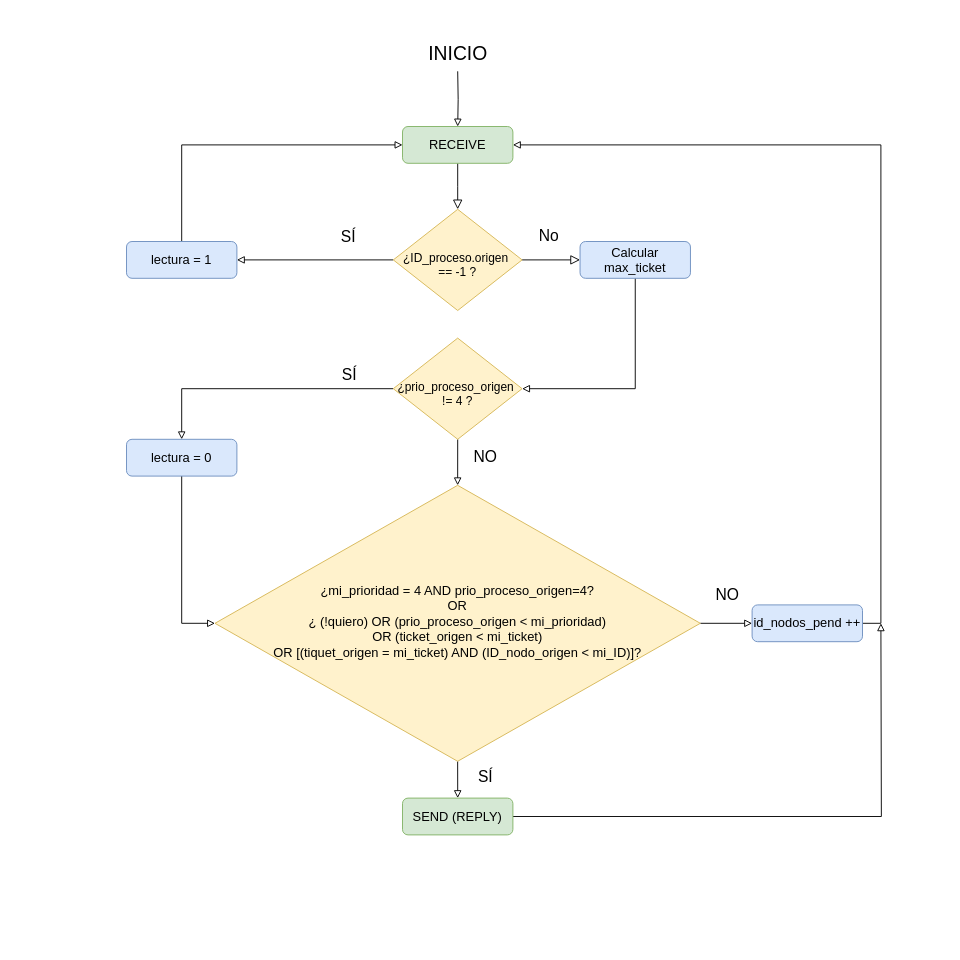
This is receptor.drawio from javijnb/LPRO_diagrams, a draw.io file, before an edit. Source tidied: cells renumbered, new cells numbered last; positions are measured from the earlier drawing's top-left corner, leaving out a move shared by most shapes. Both pictures are drawn from the tidied source at 92%, with x=0, y=0 at pixel (16, 16).
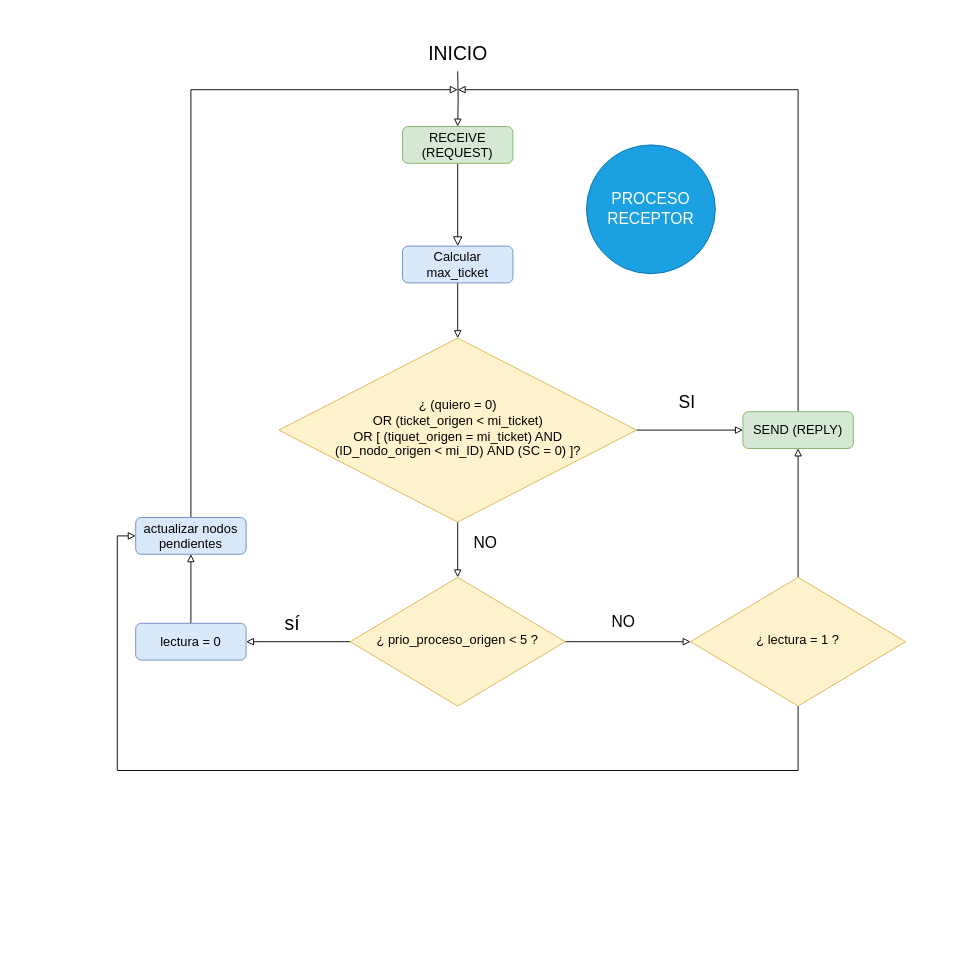
Above is the later version.

The edit, as a diff of the source:
```diff
@@
-    <mxCell id="3" style="rounded=0;html=1;jettySize=auto;fontSize=11;endArrow=block;endFill=0;endSize=8;strokeWidth=1;shadow=0;labelBackgroundColor=none;edgeStyle=orthogonalEdgeStyle;" parent="1" edge="1" source="4">
-      <mxGeometry relative="1" as="geometry">
-        <mxPoint x="480" y="210" as="targetPoint" />
-      </mxGeometry>
+    <mxCell id="3" style="rounded=0;html=1;jettySize=auto;fontSize=11;endArrow=block;endFill=0;endSize=8;strokeWidth=1;shadow=0;labelBackgroundColor=none;edgeStyle=orthogonalEdgeStyle;entryX=0.5;entryY=0;entryDx=0;entryDy=0;" parent="1" edge="1" source="4" target="10">
+      <mxGeometry relative="1" as="geometry" />
     </mxCell>
-    <mxCell id="4" value="RECEIVE" style="rounded=1;whiteSpace=wrap;html=1;fontSize=14;glass=0;strokeWidth=1;shadow=0;fillColor=#d5e8d4;strokeColor=#82b366;" parent="1" vertex="1">
+    <mxCell id="4" value="RECEIVE (REQUEST)" style="rounded=1;whiteSpace=wrap;html=1;fontSize=14;glass=0;strokeWidth=1;shadow=0;fillColor=#d5e8d4;strokeColor=#82b366;" parent="1" vertex="1">
       <mxGeometry x="420" y="120" width="120" height="40" as="geometry" />
     </mxCell>
-    <mxCell id="5" value="No" style="rounded=0;html=1;jettySize=auto;fontSize=17;endArrow=block;endFill=0;endSize=8;strokeWidth=1;shadow=0;labelBackgroundColor=none;edgeStyle=orthogonalEdgeStyle;" parent="1" edge="1" source="8" target="10">
-      <mxGeometry x="-0.05" y="25" relative="1" as="geometry">
-        <mxPoint x="-1" as="offset" />
-      </mxGeometry>
-    </mxCell>
-    <mxCell id="6" style="edgeStyle=orthogonalEdgeStyle;rounded=0;jettySize=auto;html=1;exitX=0;exitY=0.5;exitDx=0;exitDy=0;entryX=1;entryY=0.5;entryDx=0;entryDy=0;endArrow=block;endFill=0;" parent="1" edge="1" source="8" target="13">
-      <mxGeometry relative="1" as="geometry" />
-    </mxCell>
-    <mxCell id="7" value="SÍ" style="edgeLabel;html=1;align=center;verticalAlign=middle;fontSize=17;" parent="6" vertex="1">
-      <mxGeometry x="0.32" y="-1" relative="1" as="geometry">
-        <mxPoint x="62" y="-24" as="offset" />
-      </mxGeometry>
-    </mxCell>
-    <mxCell id="8" value="&amp;nbsp;&lt;br style=&quot;font-size: 13px;&quot;&gt;¿ID_proceso.origen&amp;nbsp;&lt;br style=&quot;font-size: 13px;&quot;&gt;== -1 ?" style="rhombus;whiteSpace=wrap;html=1;shadow=0;fontFamily=Helvetica;fontSize=13;align=center;strokeWidth=1;spacing=6;spacingTop=-4;fillColor=#fff2cc;strokeColor=#d6b656;" parent="1" vertex="1">
-      <mxGeometry x="410" y="210" width="140" height="110" as="geometry" />
-    </mxCell>
-    <mxCell id="9" style="edgeStyle=orthogonalEdgeStyle;rounded=0;jettySize=auto;html=1;exitX=0.5;exitY=1;exitDx=0;exitDy=0;entryX=1;entryY=0.5;entryDx=0;entryDy=0;endArrow=block;endFill=0;" parent="1" edge="1" source="10" target="17">
+    <mxCell id="9" style="edgeStyle=orthogonalEdgeStyle;rounded=0;jettySize=auto;html=1;exitX=0.5;exitY=1;exitDx=0;exitDy=0;entryX=0.5;entryY=0;entryDx=0;entryDy=0;endArrow=block;endFill=0;" parent="1" edge="1" source="10" target="17">
       <mxGeometry relative="1" as="geometry" />
     </mxCell>
     <mxCell id="10" value="Calcular max_ticket" style="rounded=1;whiteSpace=wrap;html=1;fontSize=14;glass=0;strokeWidth=1;shadow=0;fillColor=#dae8fc;strokeColor=#6c8ebf;" parent="1" vertex="1">
-      <mxGeometry x="613" y="245" width="120" height="40" as="geometry" />
+      <mxGeometry x="420" y="250" width="120" height="40" as="geometry" />
     </mxCell>
@@
-    <mxCell id="12" style="edgeStyle=orthogonalEdgeStyle;rounded=0;jettySize=auto;html=1;exitX=0.5;exitY=0;exitDx=0;exitDy=0;entryX=0;entryY=0.5;entryDx=0;entryDy=0;endArrow=block;endFill=0;" parent="1" edge="1" source="13" target="4">
-      <mxGeometry relative="1" as="geometry" />
-    </mxCell>
-    <mxCell id="13" value="lectura = 1" style="rounded=1;whiteSpace=wrap;html=1;fontSize=14;glass=0;strokeWidth=1;shadow=0;fillColor=#dae8fc;strokeColor=#6c8ebf;" parent="1" vertex="1">
-      <mxGeometry x="120" y="245" width="120" height="40" as="geometry" />
-    </mxCell>
-    <mxCell id="14" style="edgeStyle=orthogonalEdgeStyle;rounded=0;jettySize=auto;html=1;exitX=0;exitY=0.5;exitDx=0;exitDy=0;entryX=0.5;entryY=0;entryDx=0;entryDy=0;endArrow=block;endFill=0;" parent="1" edge="1" source="17" target="22">
-      <mxGeometry relative="1" as="geometry" />
-    </mxCell>
-    <mxCell id="15" value="SÍ" style="edgeLabel;html=1;align=center;verticalAlign=middle;fontSize=17;" parent="14" vertex="1">
-      <mxGeometry x="-0.04" y="1" relative="1" as="geometry">
-        <mxPoint x="88" y="-16" as="offset" />
-      </mxGeometry>
-    </mxCell>
@@
+    <mxCell id="27" value="SI" style="edgeStyle=orthogonalEdgeStyle;rounded=0;jettySize=auto;html=1;exitX=1;exitY=0.5;exitDx=0;exitDy=0;entryX=0;entryY=0.5;entryDx=0;entryDy=0;endArrow=block;endFill=0;fontSize=19;" parent="1" edge="1" source="17" target="26">
+      <mxGeometry x="-0.04" y="30" relative="1" as="geometry" />
+    </mxCell>
-    <mxCell id="17" value="&amp;nbsp;&lt;br style=&quot;font-size: 13px;&quot;&gt;¿prio_proceso_origen&amp;nbsp;&lt;br style=&quot;font-size: 13px;&quot;&gt;!= 4 ?" style="rhombus;whiteSpace=wrap;html=1;shadow=0;fontFamily=Helvetica;fontSize=13;align=center;strokeWidth=1;spacing=6;spacingTop=-4;fillColor=#fff2cc;strokeColor=#d6b656;" parent="1" vertex="1">
-      <mxGeometry x="410" y="350" width="140" height="110" as="geometry" />
+    <mxCell id="17" value="&lt;span style=&quot;font-size: 14px&quot;&gt;¿ (quiero = 0)&lt;/span&gt;&lt;br style=&quot;font-size: 14px&quot;&gt;&lt;span style=&quot;font-size: 14px&quot;&gt;OR (ticket_origen &amp;lt; mi_ticket)&lt;/span&gt;&lt;br style=&quot;font-size: 14px&quot;&gt;&lt;span style=&quot;font-size: 14px&quot;&gt;OR [ (tiquet_origen = mi_ticket) AND &lt;br&gt;(ID_nodo_origen &amp;lt; mi_ID)&amp;nbsp;&lt;/span&gt;&lt;span style=&quot;font-size: 14px&quot;&gt;AND (SC = 0)&amp;nbsp;&lt;/span&gt;&lt;span style=&quot;font-size: 14px&quot;&gt;]?&lt;/span&gt;" style="rhombus;whiteSpace=wrap;html=1;shadow=0;fontFamily=Helvetica;fontSize=13;align=center;strokeWidth=1;spacing=6;spacingTop=-4;fillColor=#fff2cc;strokeColor=#d6b656;" parent="1" vertex="1">
+      <mxGeometry x="285.6" y="350" width="388.8" height="200" as="geometry" />
     </mxCell>
-    <mxCell id="18" value="SÍ" style="edgeStyle=orthogonalEdgeStyle;rounded=0;jettySize=auto;html=1;exitX=0.5;exitY=1;exitDx=0;exitDy=0;entryX=0.5;entryY=0;entryDx=0;entryDy=0;endArrow=block;endFill=0;fontSize=17;" parent="1" edge="1" source="20" target="26">
-      <mxGeometry x="-0.11" y="30" relative="1" as="geometry" />
-    </mxCell>
+    <mxCell id="28" value="sí" style="edgeStyle=orthogonalEdgeStyle;rounded=0;jettySize=auto;html=1;entryX=1;entryY=0.5;entryDx=0;entryDy=0;endArrow=block;endFill=0;strokeWidth=1;fontSize=21;" parent="1" edge="1" source="20" target="22">
+      <mxGeometry x="0.12" y="-20" relative="1" as="geometry" />
+    </mxCell>
-    <mxCell id="19" value="NO" style="edgeStyle=orthogonalEdgeStyle;rounded=0;jettySize=auto;html=1;exitX=1;exitY=0.5;exitDx=0;exitDy=0;entryX=0;entryY=0.5;entryDx=0;entryDy=0;endArrow=block;endFill=0;fontSize=17;" parent="1" edge="1" source="20" target="24">
-      <mxGeometry x="0.04" y="30" relative="1" as="geometry" />
+    <mxCell id="19" value="NO" style="edgeStyle=orthogonalEdgeStyle;rounded=0;jettySize=auto;html=1;exitX=1;exitY=0.5;exitDx=0;exitDy=0;entryX=0;entryY=0.5;entryDx=0;entryDy=0;fontSize=17;endArrow=block;endFill=0;strokeWidth=1;" parent="1" edge="1" source="20" target="34">
+      <mxGeometry x="-0.07" y="20" relative="1" as="geometry" />
     </mxCell>
-    <mxCell id="20" value="¿mi_prioridad = 4 AND prio_proceso_origen=4?&lt;br style=&quot;font-size: 14px;&quot;&gt;OR&lt;br style=&quot;font-size: 14px;&quot;&gt;¿ (!quiero) OR (prio_proceso_origen &amp;lt; mi_prioridad)&lt;br style=&quot;font-size: 14px;&quot;&gt;OR (ticket_origen &amp;lt; mi_ticket)&lt;br style=&quot;font-size: 14px;&quot;&gt;OR [(tiquet_origen = mi_ticket) AND (ID_nodo_origen &amp;lt; mi_ID)]?" style="rhombus;whiteSpace=wrap;html=1;shadow=0;fontFamily=Helvetica;fontSize=14;align=center;strokeWidth=1;spacing=6;spacingTop=-4;fillColor=#fff2cc;strokeColor=#d6b656;" parent="1" vertex="1">
-      <mxGeometry x="216.2" y="510" width="527.5" height="300" as="geometry" />
+    <mxCell id="20" value="¿ prio_proceso_origen &amp;lt; 5 ?" style="rhombus;whiteSpace=wrap;html=1;shadow=0;fontFamily=Helvetica;fontSize=14;align=center;strokeWidth=1;spacing=6;spacingTop=-4;fillColor=#fff2cc;strokeColor=#d6b656;" parent="1" vertex="1">
+      <mxGeometry x="363.1" y="610" width="233.8" height="140" as="geometry" />
     </mxCell>
-    <mxCell id="21" style="edgeStyle=orthogonalEdgeStyle;rounded=0;jettySize=auto;html=1;exitX=0.5;exitY=1;exitDx=0;exitDy=0;entryX=0;entryY=0.5;entryDx=0;entryDy=0;endArrow=block;endFill=0;" parent="1" edge="1" source="22" target="20">
-      <mxGeometry relative="1" as="geometry" />
-    </mxCell>
+    <mxCell id="29" style="edgeStyle=orthogonalEdgeStyle;rounded=0;jettySize=auto;html=1;exitX=0.5;exitY=0;exitDx=0;exitDy=0;endArrow=block;endFill=0;" parent="1" edge="1" source="24">
+      <mxGeometry relative="1" as="geometry">
+        <mxPoint x="480" y="80" as="targetPoint" />
+        <Array as="points">
+          <mxPoint x="190" y="80" />
+        </Array>
+      </mxGeometry>
+    </mxCell>
+    <mxCell id="24" value="actualizar nodos pendientes" style="rounded=1;whiteSpace=wrap;html=1;fontSize=14;glass=0;strokeWidth=1;shadow=0;fillColor=#dae8fc;strokeColor=#6c8ebf;" parent="1" vertex="1">
+      <mxGeometry x="130" y="545" width="120" height="40" as="geometry" />
+    </mxCell>
+    <mxCell id="30" style="edgeStyle=orthogonalEdgeStyle;rounded=0;jettySize=auto;html=1;exitX=0.5;exitY=0;exitDx=0;exitDy=0;endArrow=block;endFill=0;" parent="1" edge="1" source="26">
+      <mxGeometry relative="1" as="geometry">
+        <mxPoint x="480" y="80" as="targetPoint" />
+        <Array as="points">
+          <mxPoint x="850" y="80" />
+        </Array>
+      </mxGeometry>
+    </mxCell>
+    <mxCell id="26" value="SEND (REPLY)" style="rounded=1;whiteSpace=wrap;html=1;fontSize=14;glass=0;strokeWidth=1;shadow=0;fillColor=#d5e8d4;strokeColor=#82b366;" parent="1" vertex="1">
+      <mxGeometry x="790" y="430" width="120" height="40" as="geometry" />
+    </mxCell>
+    <mxCell id="31" style="edgeStyle=orthogonalEdgeStyle;rounded=0;jettySize=auto;html=1;exitX=0.5;exitY=0;exitDx=0;exitDy=0;entryX=0.5;entryY=1;entryDx=0;entryDy=0;fontSize=19;endArrow=block;endFill=0;strokeWidth=1;" parent="1" edge="1" source="22" target="24">
+      <mxGeometry relative="1" as="geometry" />
+    </mxCell>
     <mxCell id="22" value="lectura = 0" style="rounded=1;whiteSpace=wrap;html=1;fontSize=14;glass=0;strokeWidth=1;shadow=0;fillColor=#dae8fc;strokeColor=#6c8ebf;" parent="1" vertex="1">
-      <mxGeometry x="120" y="460" width="120" height="40" as="geometry" />
+      <mxGeometry x="130" y="660" width="120" height="40" as="geometry" />
     </mxCell>
-    <mxCell id="23" style="edgeStyle=orthogonalEdgeStyle;rounded=0;jettySize=auto;html=1;exitX=1;exitY=0.5;exitDx=0;exitDy=0;entryX=1;entryY=0.5;entryDx=0;entryDy=0;endArrow=block;endFill=0;" parent="1" edge="1" source="24" target="4">
-      <mxGeometry relative="1" as="geometry" />
-    </mxCell>
-    <mxCell id="24" value="id_nodos_pend ++" style="rounded=1;whiteSpace=wrap;html=1;fontSize=14;glass=0;strokeWidth=1;shadow=0;fillColor=#dae8fc;strokeColor=#6c8ebf;" parent="1" vertex="1">
-      <mxGeometry x="800" y="640" width="120" height="40" as="geometry" />
-    </mxCell>
-    <mxCell id="25" style="edgeStyle=orthogonalEdgeStyle;rounded=0;jettySize=auto;html=1;exitX=1;exitY=0.5;exitDx=0;exitDy=0;fontSize=14;endArrow=block;endFill=0;" parent="1" edge="1" source="26">
-      <mxGeometry relative="1" as="geometry">
-        <mxPoint x="940" y="660" as="targetPoint" />
-      </mxGeometry>
-    </mxCell>
-    <mxCell id="26" value="SEND (REPLY)" style="rounded=1;whiteSpace=wrap;html=1;fontSize=14;glass=0;strokeWidth=1;shadow=0;fillColor=#d5e8d4;strokeColor=#82b366;" parent="1" vertex="1">
-      <mxGeometry x="420" y="850" width="120" height="40" as="geometry" />
-    </mxCell>
+    <mxCell id="32" style="edgeStyle=orthogonalEdgeStyle;rounded=0;jettySize=auto;html=1;exitX=0.5;exitY=0;exitDx=0;exitDy=0;entryX=0.5;entryY=1;entryDx=0;entryDy=0;fontSize=19;endArrow=block;endFill=0;strokeWidth=1;" parent="1" edge="1" source="34" target="26">
+      <mxGeometry relative="1" as="geometry" />
+    </mxCell>
+    <mxCell id="33" style="edgeStyle=orthogonalEdgeStyle;rounded=0;jettySize=auto;html=1;exitX=0.5;exitY=1;exitDx=0;exitDy=0;entryX=0;entryY=0.5;entryDx=0;entryDy=0;fontSize=19;endArrow=block;endFill=0;strokeWidth=1;" parent="1" edge="1" source="34" target="24">
+      <mxGeometry relative="1" as="geometry">
+        <Array as="points">
+          <mxPoint x="850" y="820" />
+          <mxPoint x="110" y="820" />
+          <mxPoint x="110" y="565" />
+        </Array>
+      </mxGeometry>
+    </mxCell>
+    <mxCell id="34" value="¿ lectura = 1 ?" style="rhombus;whiteSpace=wrap;html=1;shadow=0;fontFamily=Helvetica;fontSize=14;align=center;strokeWidth=1;spacing=6;spacingTop=-4;fillColor=#fff2cc;strokeColor=#d6b656;" parent="1" vertex="1">
+      <mxGeometry x="733.1" y="610" width="233.8" height="140" as="geometry" />
+    </mxCell>
+    <mxCell id="35" value="PROCESO&lt;br&gt;RECEPTOR" style="ellipse;whiteSpace=wrap;html=1;fontSize=17;fillColor=#1ba1e2;strokeColor=#006EAF;fontColor=#ffffff;" parent="1" vertex="1">
+      <mxGeometry x="620" y="140" width="140" height="140" as="geometry" />
+    </mxCell>
```
